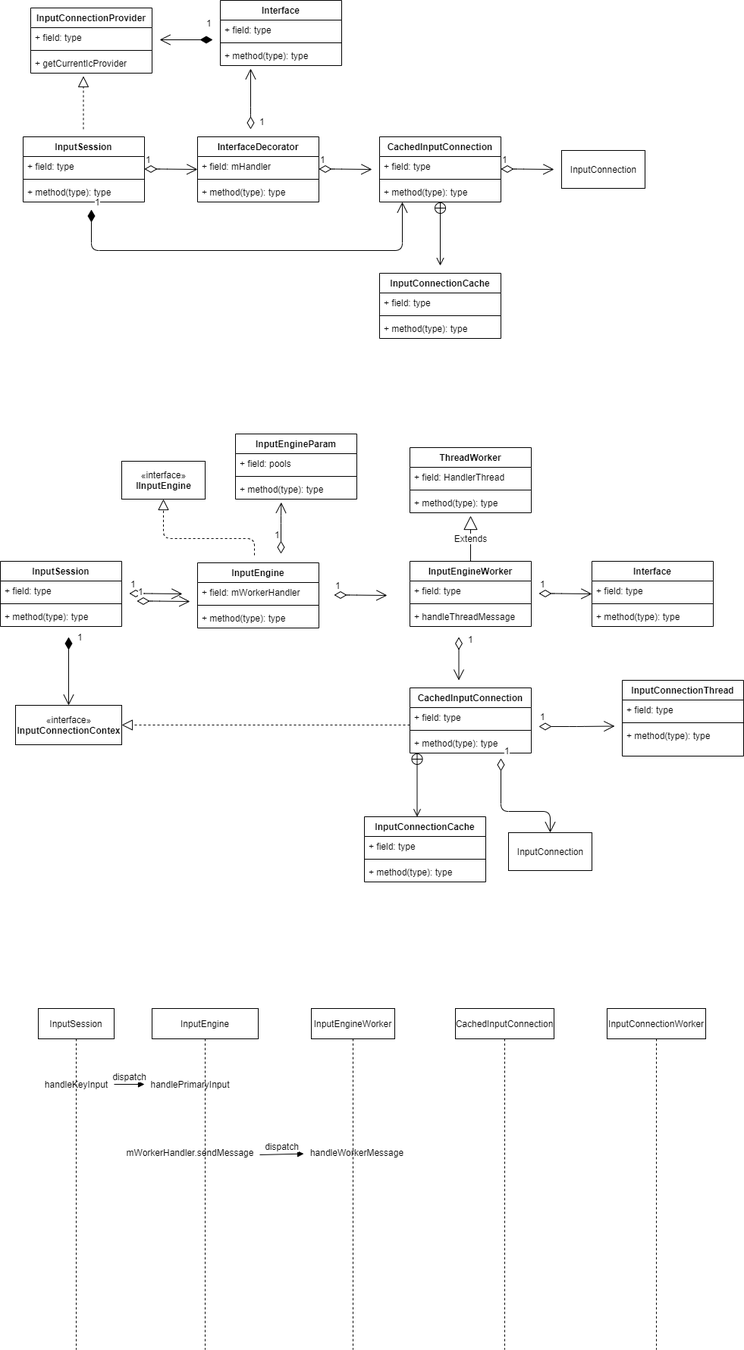
Before: input/foreign-input-improve.png, a diagram exported from draw.io (chonglv/charts). Source tidied: cells renumbered, new cells last; positions are measured from the earlier drawing's top-left corner, leaving out a move shared by most shapes.
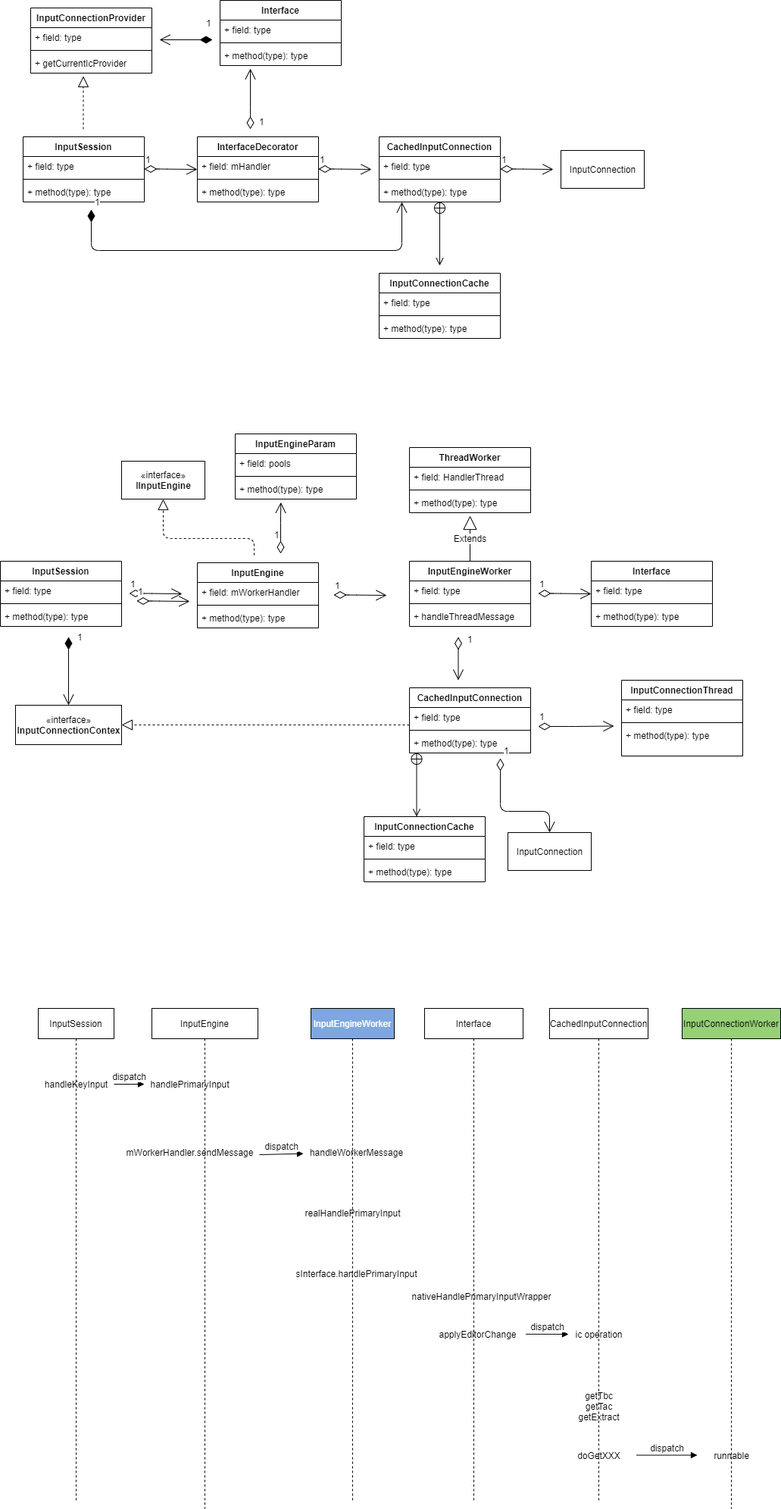
Above is the later version.

Diff of the diagram source:
```diff
@@ -372,23 +372,26 @@
       </mxGeometry>
     </mxCell>
     <mxCell id="87" value="InputSession" style="shape=umlLifeline;perimeter=lifelinePerimeter;whiteSpace=wrap;html=1;" parent="1" vertex="1">
-      <mxGeometry x="50" y="1330" width="100" height="450" as="geometry" />
+      <mxGeometry x="50" y="1330" width="100" height="650" as="geometry" />
     </mxCell>
     <mxCell id="88" value="InputEngine" style="shape=umlLifeline;perimeter=lifelinePerimeter;whiteSpace=wrap;html=1;" parent="1" vertex="1">
-      <mxGeometry x="200" y="1330" width="140" height="450" as="geometry" />
+      <mxGeometry x="200" y="1330" width="140" height="660" as="geometry" />
     </mxCell>
     <mxCell id="89" value="mWorkerHandler.sendMessage" style="text;html=1;align=center;verticalAlign=middle;" parent="88" vertex="1">
       <mxGeometry x="-40" y="180" width="180" height="20" as="geometry" />
     </mxCell>
-    <mxCell id="90" value="InputEngineWorker" style="shape=umlLifeline;perimeter=lifelinePerimeter;whiteSpace=wrap;html=1;" parent="1" vertex="1">
-      <mxGeometry x="410" y="1330" width="110" height="450" as="geometry" />
+    <mxCell id="90" value="&lt;font color=&quot;#ffffff&quot;&gt;InputEngineWorker&lt;/font&gt;" style="shape=umlLifeline;perimeter=lifelinePerimeter;whiteSpace=wrap;html=1;fillColor=#7EA6E0;" parent="1" vertex="1">
+      <mxGeometry x="410" y="1330" width="110" height="650" as="geometry" />
     </mxCell>
     <mxCell id="91" value="CachedInputConnection" style="shape=umlLifeline;perimeter=lifelinePerimeter;whiteSpace=wrap;html=1;" parent="1" vertex="1">
-      <mxGeometry x="600" y="1330" width="130" height="450" as="geometry" />
+      <mxGeometry x="725" y="1330" width="130" height="650" as="geometry" />
     </mxCell>
-    <mxCell id="92" value="InputConnectionWorker" style="shape=umlLifeline;perimeter=lifelinePerimeter;whiteSpace=wrap;html=1;" parent="1" vertex="1">
-      <mxGeometry x="800" y="1330" width="130" height="450" as="geometry" />
+    <mxCell id="92" value="InputConnectionWorker" style="shape=umlLifeline;perimeter=lifelinePerimeter;whiteSpace=wrap;html=1;fillColor=#97D077;" parent="1" vertex="1">
+      <mxGeometry x="900" y="1330" width="130" height="660" as="geometry" />
     </mxCell>
+    <mxCell id="98" value="runnable" style="text;html=1;align=center;verticalAlign=middle;" parent="92" vertex="1">
+      <mxGeometry x="35" y="580" width="60" height="20" as="geometry" />
+    </mxCell>
     <mxCell id="93" value="handleKeyInput" style="text;html=1;align=center;verticalAlign=middle;points=[];" parent="1" vertex="1">
       <mxGeometry x="50" y="1420" width="100" height="20" as="geometry" />
     </mxCell>
@@ -406,5 +409,38 @@
         <mxPoint x="342" y="1523" as="sourcePoint" />
       </mxGeometry>
     </mxCell>
+    <mxCell id="99" value="realHandlePrimaryInput" style="text;html=1;align=center;verticalAlign=middle;" parent="1" vertex="1">
+      <mxGeometry x="395" y="1590" width="140" height="20" as="geometry" />
+    </mxCell>
+    <mxCell id="100" value="sInterface.handlePrimaryInput" style="text;html=1;align=center;verticalAlign=middle;" parent="1" vertex="1">
+      <mxGeometry x="380" y="1670" width="180" height="20" as="geometry" />
+    </mxCell>
+    <mxCell id="101" value="Interface" style="shape=umlLifeline;perimeter=lifelinePerimeter;whiteSpace=wrap;html=1;" parent="1" vertex="1">
+      <mxGeometry x="560" y="1330" width="130" height="650" as="geometry" />
+    </mxCell>
+    <mxCell id="102" value="applyEditorChange" style="text;html=1;align=center;verticalAlign=middle;points=[];" parent="101" vertex="1">
+      <mxGeometry x="10" y="420" width="120" height="20" as="geometry" />
+    </mxCell>
+    <mxCell id="103" value="nativeHandlePrimaryInputWrapper" style="text;html=1;align=center;verticalAlign=middle;" parent="1" vertex="1">
+      <mxGeometry x="535" y="1700" width="200" height="20" as="geometry" />
+    </mxCell>
+    <mxCell id="104" value="ic operation" style="text;html=1;align=center;verticalAlign=middle;points=[];" parent="1" vertex="1">
+      <mxGeometry x="750" y="1750" width="80" height="20" as="geometry" />
+    </mxCell>
+    <mxCell id="105" value="dispatch" style="html=1;verticalAlign=bottom;endArrow=block;exitX=1.03;exitY=0.49;exitDx=0;exitDy=0;exitPerimeter=0;" parent="1" edge="1" source="102" target="104">
+      <mxGeometry relative="1" as="geometry" />
+    </mxCell>
+    <mxCell id="106" value="getTbc&lt;br&gt;getTac&lt;br&gt;getExtract&lt;br&gt;" style="text;html=1;align=center;verticalAlign=middle;" parent="1" vertex="1">
+      <mxGeometry x="755" y="1830" width="70" height="50" as="geometry" />
+    </mxCell>
+    <mxCell id="107" value="dispatch" style="html=1;verticalAlign=bottom;endArrow=block;" parent="1" edge="1">
+      <mxGeometry relative="1" as="geometry">
+        <mxPoint x="840" y="1919.5" as="sourcePoint" />
+        <mxPoint x="920" y="1919.5" as="targetPoint" />
+      </mxGeometry>
+    </mxCell>
+    <mxCell id="108" value="doGetXXX" style="text;html=1;align=center;verticalAlign=middle;" parent="1" vertex="1">
+      <mxGeometry x="755" y="1910" width="70" height="20" as="geometry" />
+    </mxCell>
   </root>
 </mxGraphModel>
```
